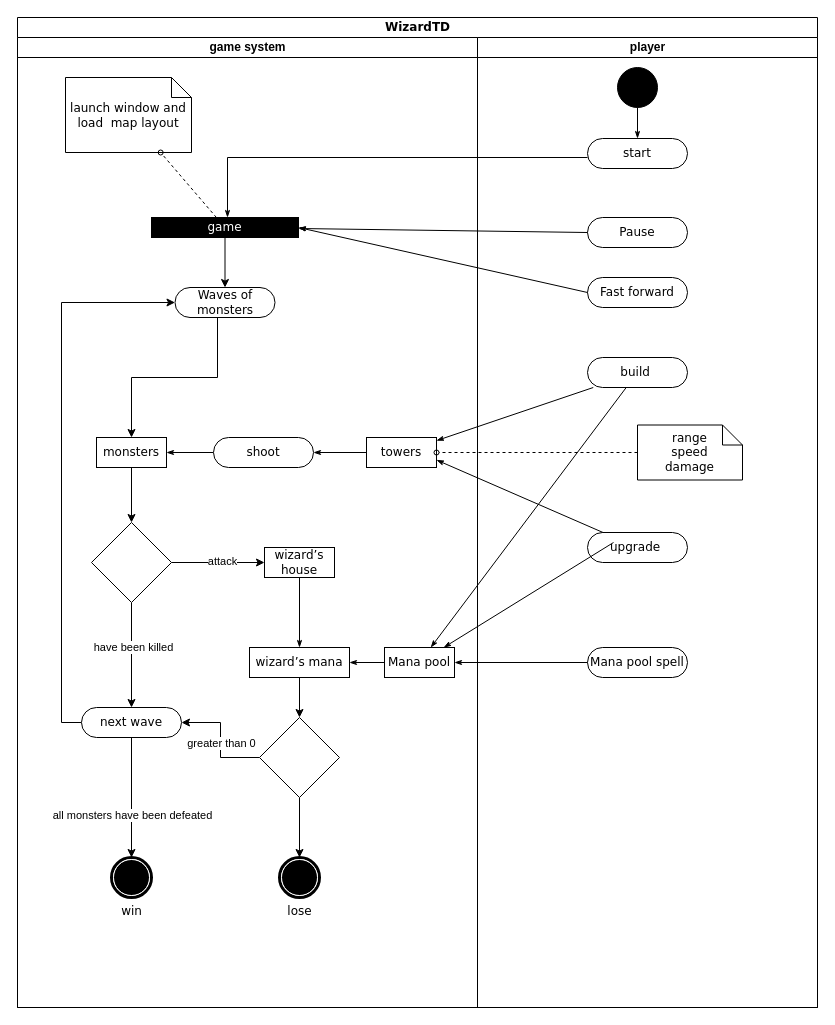
This is 未命名绘图.drawio from dfz12300/bilibiliCaptcha, a draw.io file, before an edit. Source tidied: cells renumbered, new cells numbered last; positions are measured from the earlier drawing's top-left corner, leaving out a move shared by most shapes. Both pictures are drawn from the tidied source at 100%, with x=0, y=0 at pixel (17, 17).
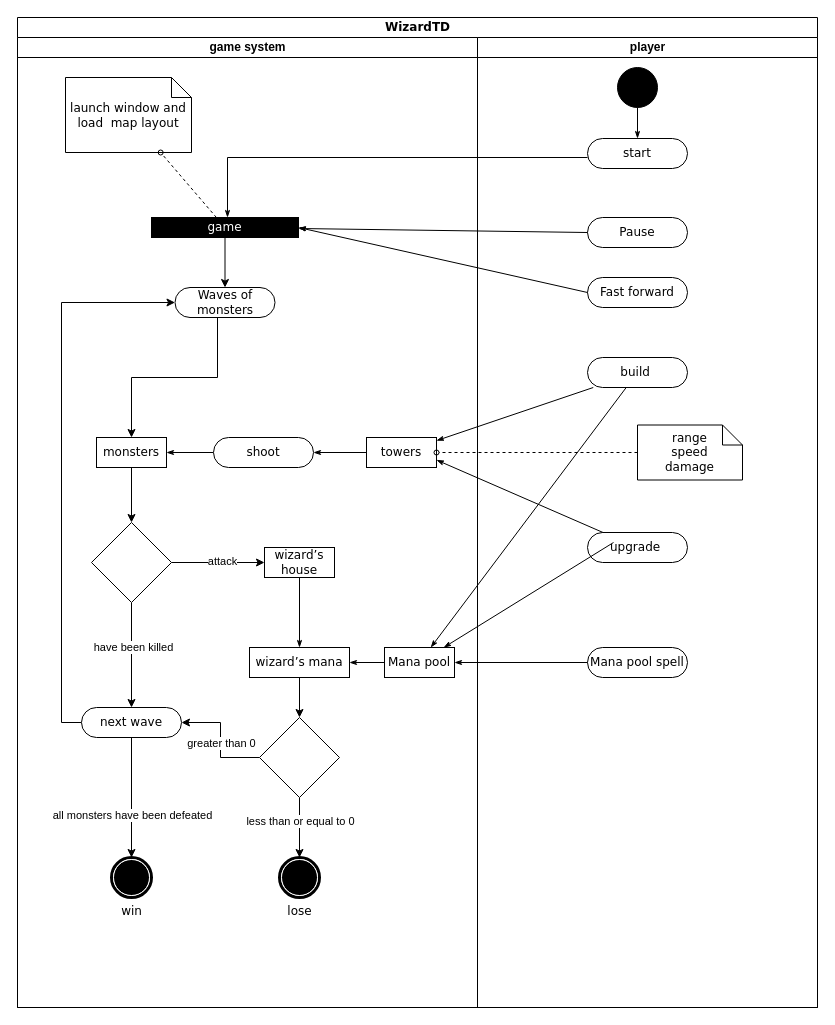
The same diagram, later.

Commit message:
更新未命名绘图.drawio

The change refers to these unchanged cells:
```xml
<mxCell id="26" style="edgeStyle=orthogonalEdgeStyle;rounded=0;jettySize=auto;html=1;" parent="3" edge="1" source="29" target="25">
  <mxGeometry relative="1" as="geometry" />
</mxCell>
```

Diff of the diagram source:
```diff
@@
+    <mxCell id="56" value="less than or equal to 0" style="edgeLabel;html=1;align=center;verticalAlign=middle;" parent="26" vertex="1">
+      <mxGeometry x="-0.23" relative="1" as="geometry" />
+    </mxCell>
```
